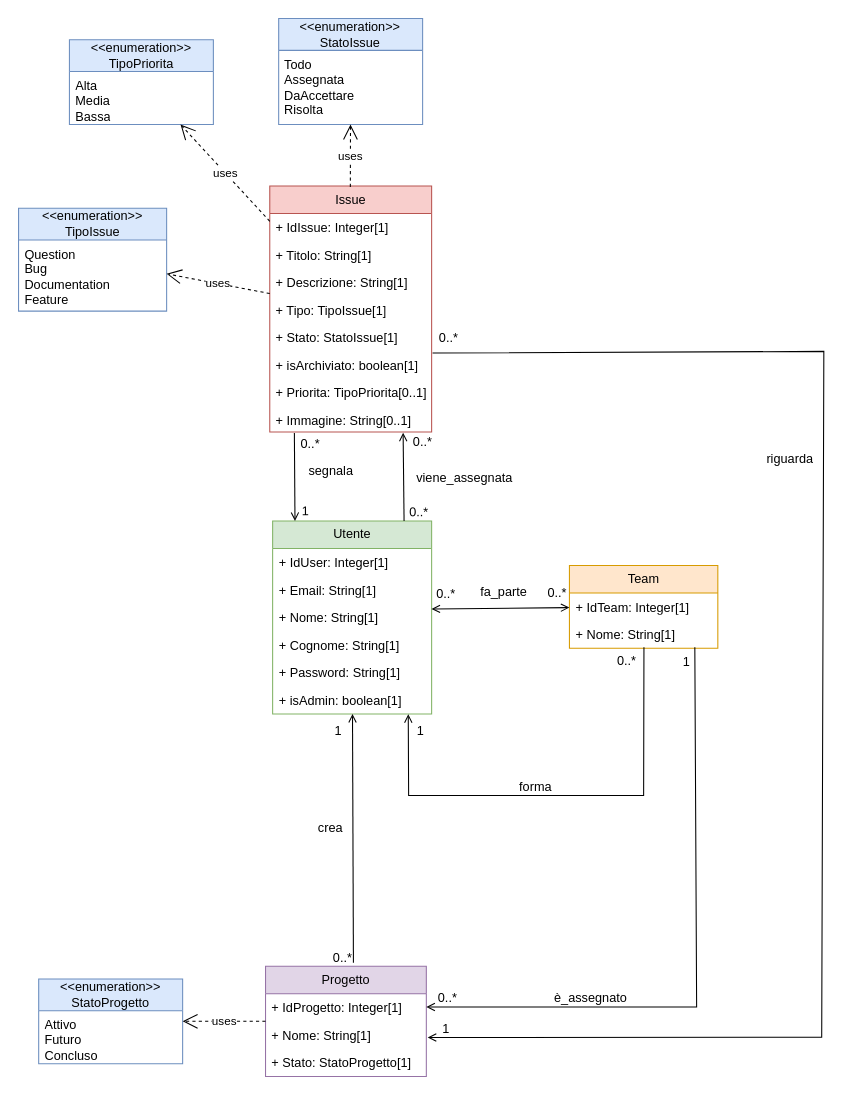
Earlier version of the draw.io diagram Documentazione/Sezione 3/Diagrammi/UML_Design.drawio (kiyx/progetto-swe-2026). Source tidied: cells renumbered, new cells numbered last; positions are measured from the earlier drawing's top-left corner, leaving out a move shared by most shapes. Both pictures are drawn from the tidied source at 106%, with x=0, y=0 at pixel (18, 18).
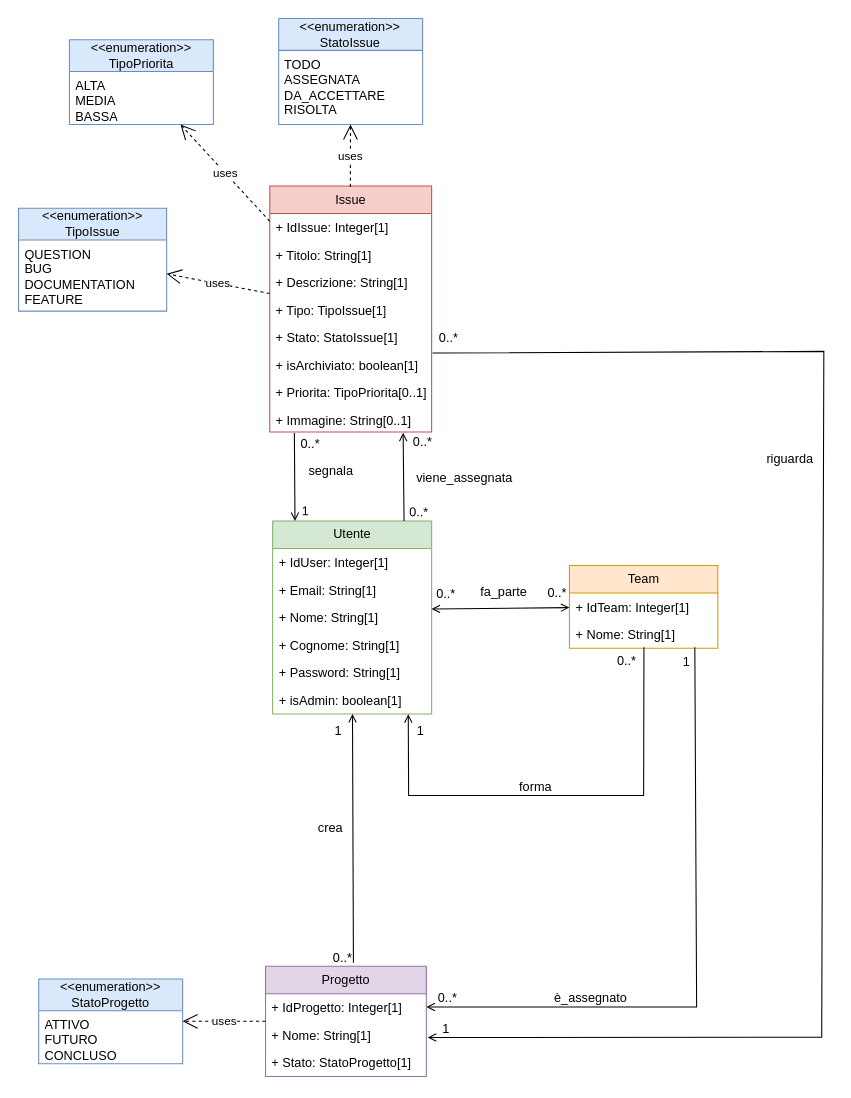
The same page after the edit.

Unchanged cells that the change refers to:
```xml
<mxCell id="25" value="&amp;lt;&amp;lt;enumeration&amp;gt;&amp;gt;&lt;div&gt;TipoIssue&lt;/div&gt;" style="swimlane;fontStyle=0;horizontal=1;startSize=30;fillColor=#dae8fc;whiteSpace=wrap;html=1;strokeColor=#6c8ebf;" parent="1" vertex="1">
  <mxGeometry y="179" width="139.7" height="97" as="geometry" />
</mxCell>
<mxCell id="27" value="&amp;lt;&amp;lt;enumeration&amp;gt;&amp;gt;&lt;div&gt;TipoPriorita&lt;/div&gt;" style="swimlane;fontStyle=0;horizontal=1;startSize=30;fillColor=#dae8fc;whiteSpace=wrap;html=1;strokeColor=#6c8ebf;" parent="1" vertex="1">
  <mxGeometry x="48" y="20" width="135.8" height="80" as="geometry" />
</mxCell>
<mxCell id="29" value="&amp;lt;&amp;lt;enumeration&amp;gt;&amp;gt;&lt;div&gt;StatoIssue&lt;/div&gt;" style="swimlane;fontStyle=0;horizontal=1;startSize=30;fillColor=#dae8fc;whiteSpace=wrap;html=1;strokeColor=#6c8ebf;" parent="1" vertex="1">
  <mxGeometry x="245.4" width="135.8" height="100" as="geometry" />
</mxCell>
<mxCell id="45" value="&amp;lt;&amp;lt;enumeration&amp;gt;&amp;gt;&lt;div&gt;StatoProgetto&lt;/div&gt;" style="swimlane;fontStyle=0;horizontal=1;startSize=30;fillColor=#dae8fc;whiteSpace=wrap;html=1;strokeColor=#6c8ebf;" parent="1" vertex="1">
  <mxGeometry x="19" y="906" width="135.8" height="80" as="geometry" />
</mxCell>
```

Diff of the diagram source:
```diff
@@
-    <mxCell id="26" value="Question&lt;div&gt;Bug&lt;/div&gt;&lt;div&gt;Documentation&lt;/div&gt;&lt;div&gt;Feature&lt;/div&gt;" style="text;strokeColor=none;fillColor=none;align=left;verticalAlign=top;spacingLeft=4;spacingRight=4;overflow=hidden;whiteSpace=wrap;html=1;" parent="25" vertex="1">
+    <mxCell id="26" value="QUESTION&lt;div&gt;BUG&lt;/div&gt;&lt;div&gt;DOCUMENTATION&lt;/div&gt;&lt;div&gt;FEATURE&lt;/div&gt;" style="text;strokeColor=none;fillColor=none;align=left;verticalAlign=top;spacingLeft=4;spacingRight=4;overflow=hidden;whiteSpace=wrap;html=1;" parent="25" vertex="1">
       <mxGeometry y="30" width="139.7" height="67" as="geometry" />
     </mxCell>
@@
-    <mxCell id="28" value="Alta&lt;div&gt;Media&lt;/div&gt;&lt;div&gt;Bassa&lt;/div&gt;" style="text;strokeColor=none;fillColor=none;align=left;verticalAlign=top;spacingLeft=4;spacingRight=4;overflow=hidden;whiteSpace=wrap;html=1;" parent="27" vertex="1">
+    <mxCell id="28" value="ALTA&lt;div&gt;MEDIA&lt;/div&gt;&lt;div&gt;BASSA&lt;/div&gt;" style="text;strokeColor=none;fillColor=none;align=left;verticalAlign=top;spacingLeft=4;spacingRight=4;overflow=hidden;whiteSpace=wrap;html=1;" parent="27" vertex="1">
       <mxGeometry y="30" width="135.8" height="50" as="geometry" />
     </mxCell>
@@
-    <mxCell id="30" value="Todo&lt;div&gt;Assegnata&lt;/div&gt;&lt;div&gt;DaAccettare&lt;/div&gt;&lt;div&gt;Risolta&lt;/div&gt;" style="text;strokeColor=none;fillColor=none;align=left;verticalAlign=top;spacingLeft=4;spacingRight=4;overflow=hidden;whiteSpace=wrap;html=1;" parent="29" vertex="1">
+    <mxCell id="30" value="TODO&lt;div&gt;ASSEGNATA&lt;/div&gt;&lt;div&gt;DA_ACCETTARE&lt;/div&gt;&lt;div&gt;RISOLTA&lt;/div&gt;" style="text;strokeColor=none;fillColor=none;align=left;verticalAlign=top;spacingLeft=4;spacingRight=4;overflow=hidden;whiteSpace=wrap;html=1;" parent="29" vertex="1">
       <mxGeometry y="30" width="135.8" height="70" as="geometry" />
     </mxCell>
@@
-    <mxCell id="46" value="Attivo&lt;div&gt;Futuro&lt;/div&gt;&lt;div&gt;Concluso&lt;/div&gt;" style="text;strokeColor=none;fillColor=none;align=left;verticalAlign=top;spacingLeft=4;spacingRight=4;overflow=hidden;whiteSpace=wrap;html=1;" parent="45" vertex="1">
+    <mxCell id="46" value="ATTIVO&lt;div&gt;FUTURO&lt;/div&gt;&lt;div&gt;CONCLUSO&lt;/div&gt;" style="text;strokeColor=none;fillColor=none;align=left;verticalAlign=top;spacingLeft=4;spacingRight=4;overflow=hidden;whiteSpace=wrap;html=1;" parent="45" vertex="1">
       <mxGeometry y="30" width="135.8" height="50" as="geometry" />
     </mxCell>
```
